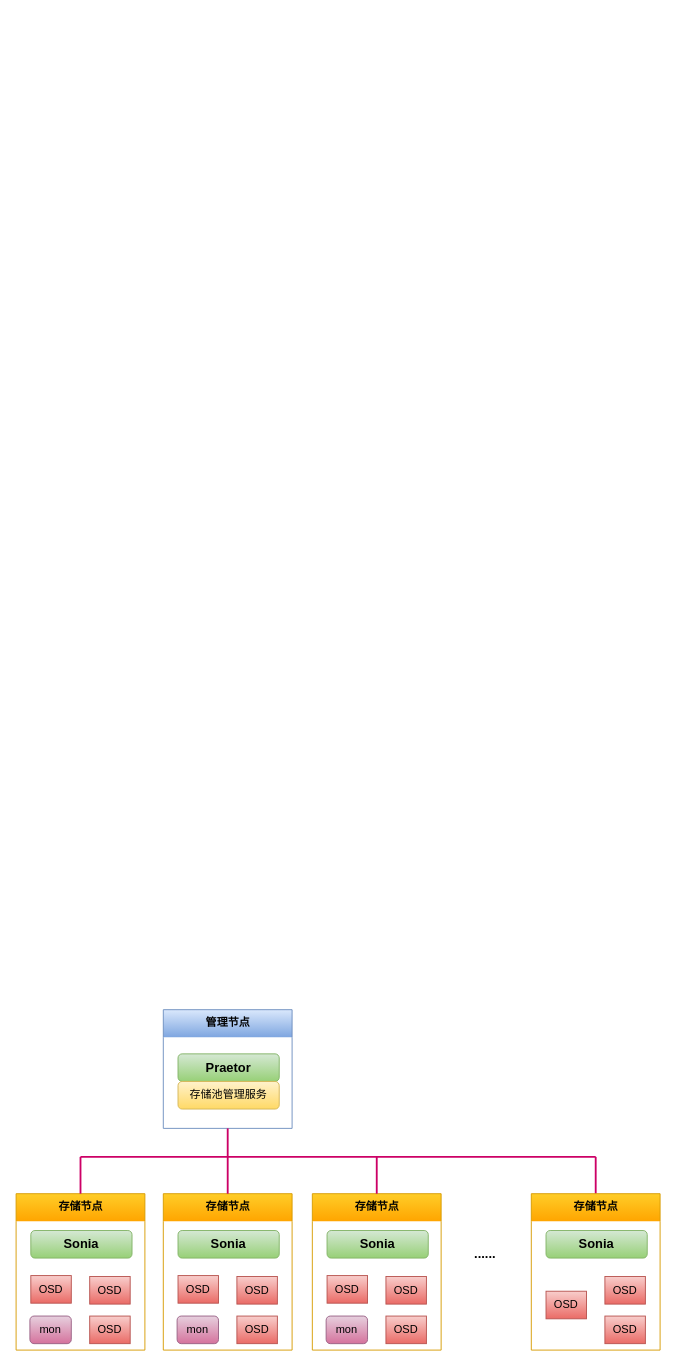
Above: architech_12.drawio in snowolfhawk/ceph-scripts (draw.io), before the change. Source tidied: cells renumbered, new cells numbered last; positions are measured from the earlier drawing's top-left corner, leaving out a move shared by most shapes. Both pictures are drawn from the tidied source at 92%, with x=0, y=0 at pixel (16, 1009).
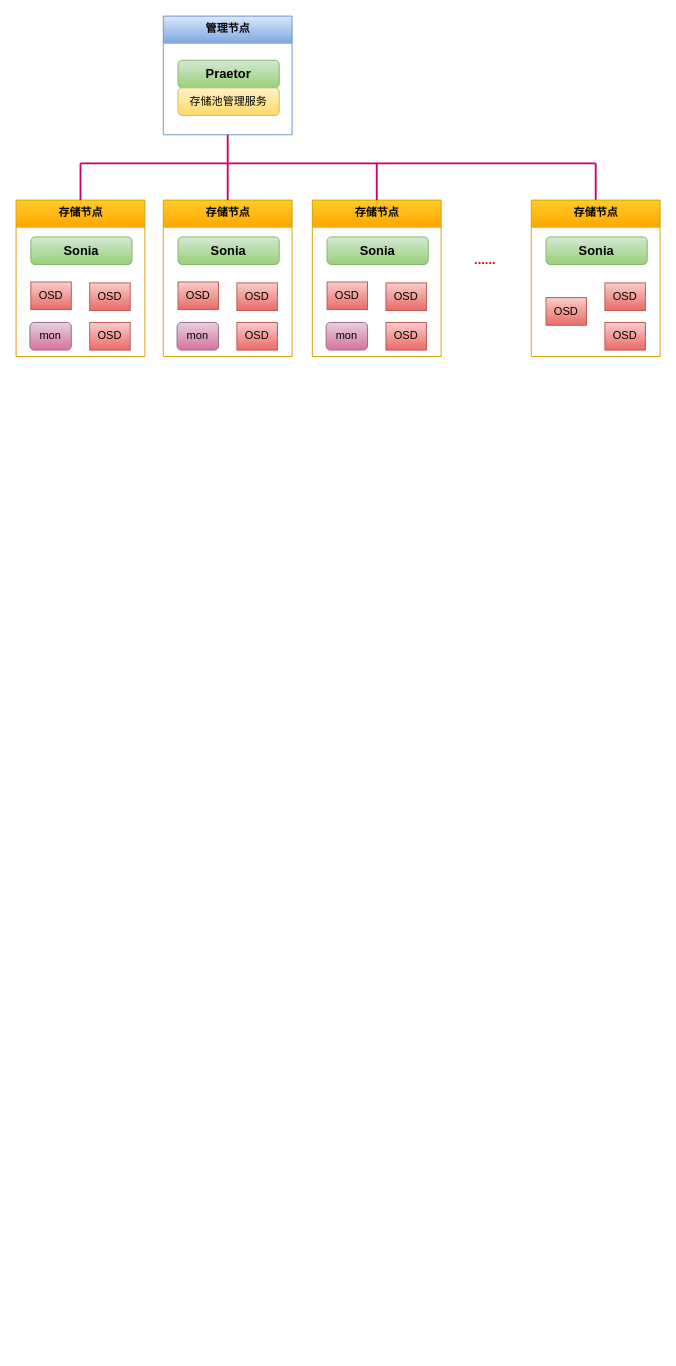
The same diagram, later.

The edit, as a diff of the source:
```diff
@@
-    <mxCell id="2" style="group;" parent="1" vertex="1">
-      <mxGeometry width="700" height="370" as="geometry" />
-    </mxCell>
+    <mxCell id="35" style="group;" parent="1" vertex="1">
+      <mxGeometry y="-1080" width="700" height="370" as="geometry" />
+    </mxCell>
-    <mxCell id="3" value="管理节点" style="swimlane;fontStyle=1;align=center;verticalAlign=top;horizontal=1;startSize=30;html=1;rounded=0;arcSize=50;fillColor=#dae8fc;strokeColor=#6c8ebf;gradientColor=#7ea6e0;shadow=0;sketch=0;glass=0;swimlaneLine=0;" parent="2" vertex="1">
+    <mxCell id="3" value="管理节点" style="swimlane;fontStyle=1;align=center;verticalAlign=top;horizontal=1;startSize=30;html=1;rounded=0;arcSize=50;fillColor=#dae8fc;strokeColor=#6c8ebf;gradientColor=#7ea6e0;shadow=0;sketch=0;glass=0;swimlaneLine=0;" parent="35" vertex="1">
       <mxGeometry x="160" width="140" height="129" as="geometry" />
     </mxCell>
-    <mxCell id="4" value="&lt;b style=&quot;font-size: 14px&quot;&gt;Praetor&lt;/b&gt;" style="rounded=1;whiteSpace=wrap;html=1;fillColor=#d5e8d4;gradientColor=#97d077;strokeColor=#82b366;" parent="2" vertex="1">
+    <mxCell id="4" value="&lt;b style=&quot;font-size: 14px&quot;&gt;Praetor&lt;/b&gt;" style="rounded=1;whiteSpace=wrap;html=1;fillColor=#d5e8d4;gradientColor=#97d077;strokeColor=#82b366;" parent="35" vertex="1">
       <mxGeometry x="176" y="48" width="110" height="30" as="geometry" />
     </mxCell>
-    <mxCell id="5" value="存储池管理服务" style="rounded=1;whiteSpace=wrap;html=1;fillColor=#fff2cc;gradientColor=#ffd966;strokeColor=#d6b656;" parent="2" vertex="1">
+    <mxCell id="5" value="存储池管理服务" style="rounded=1;whiteSpace=wrap;html=1;fillColor=#fff2cc;gradientColor=#ffd966;strokeColor=#d6b656;" parent="35" vertex="1">
       <mxGeometry x="176" y="78" width="110" height="30" as="geometry" />
     </mxCell>
-    <mxCell id="6" value="存储节点" style="swimlane;fontStyle=1;align=center;verticalAlign=top;horizontal=1;startSize=30;html=1;rounded=0;arcSize=50;fillColor=#ffcd28;strokeColor=#d79b00;gradientColor=#ffa500;shadow=0;sketch=0;glass=0;swimlaneLine=0;" parent="2" vertex="1">
+    <mxCell id="6" value="存储节点" style="swimlane;fontStyle=1;align=center;verticalAlign=top;horizontal=1;startSize=30;html=1;rounded=0;arcSize=50;fillColor=#ffcd28;strokeColor=#d79b00;gradientColor=#ffa500;shadow=0;sketch=0;glass=0;swimlaneLine=0;" parent="35" vertex="1">
       <mxGeometry y="200" width="140" height="170" as="geometry" />
     </mxCell>
-    <mxCell id="7" value="&lt;b style=&quot;font-size: 14px&quot;&gt;Sonia&lt;/b&gt;" style="rounded=1;whiteSpace=wrap;html=1;fillColor=#d5e8d4;gradientColor=#97d077;strokeColor=#82b366;" parent="2" vertex="1">
+    <mxCell id="7" value="&lt;b style=&quot;font-size: 14px&quot;&gt;Sonia&lt;/b&gt;" style="rounded=1;whiteSpace=wrap;html=1;fillColor=#d5e8d4;gradientColor=#97d077;strokeColor=#82b366;" parent="35" vertex="1">
       <mxGeometry x="16" y="240" width="110" height="30" as="geometry" />
     </mxCell>
-    <mxCell id="8" value="OSD" style="rounded=1;whiteSpace=wrap;html=1;fillColor=#f8cecc;gradientColor=#ea6b66;strokeColor=#b85450;arcSize=0;" parent="2" vertex="1">
+    <mxCell id="8" value="OSD" style="rounded=1;whiteSpace=wrap;html=1;fillColor=#f8cecc;gradientColor=#ea6b66;strokeColor=#b85450;arcSize=0;" parent="35" vertex="1">
       <mxGeometry x="16" y="289" width="44" height="30" as="geometry" />
     </mxCell>
-    <mxCell id="9" value="mon" style="rounded=1;whiteSpace=wrap;html=1;fillColor=#e6d0de;gradientColor=#d5739d;strokeColor=#996185;" parent="2" vertex="1">
+    <mxCell id="9" value="mon" style="rounded=1;whiteSpace=wrap;html=1;fillColor=#e6d0de;gradientColor=#d5739d;strokeColor=#996185;" parent="35" vertex="1">
       <mxGeometry x="15" y="333" width="45" height="30" as="geometry" />
     </mxCell>
-    <mxCell id="10" value="OSD" style="rounded=1;whiteSpace=wrap;html=1;fillColor=#f8cecc;gradientColor=#ea6b66;strokeColor=#b85450;arcSize=0;" parent="2" vertex="1">
+    <mxCell id="10" value="OSD" style="rounded=1;whiteSpace=wrap;html=1;fillColor=#f8cecc;gradientColor=#ea6b66;strokeColor=#b85450;arcSize=0;" parent="35" vertex="1">
       <mxGeometry x="80" y="290" width="44" height="30" as="geometry" />
     </mxCell>
-    <mxCell id="11" value="OSD" style="rounded=1;whiteSpace=wrap;html=1;fillColor=#f8cecc;gradientColor=#ea6b66;strokeColor=#b85450;arcSize=0;" parent="2" vertex="1">
+    <mxCell id="11" value="OSD" style="rounded=1;whiteSpace=wrap;html=1;fillColor=#f8cecc;gradientColor=#ea6b66;strokeColor=#b85450;arcSize=0;" parent="35" vertex="1">
       <mxGeometry x="80" y="333" width="44" height="30" as="geometry" />
     </mxCell>
-    <mxCell id="12" value="存储节点" style="swimlane;fontStyle=1;align=center;verticalAlign=top;horizontal=1;startSize=30;html=1;rounded=0;arcSize=50;fillColor=#ffcd28;strokeColor=#d79b00;gradientColor=#ffa500;shadow=0;sketch=0;glass=0;swimlaneLine=0;" parent="2" vertex="1">
+    <mxCell id="12" value="存储节点" style="swimlane;fontStyle=1;align=center;verticalAlign=top;horizontal=1;startSize=30;html=1;rounded=0;arcSize=50;fillColor=#ffcd28;strokeColor=#d79b00;gradientColor=#ffa500;shadow=0;sketch=0;glass=0;swimlaneLine=0;" parent="35" vertex="1">
       <mxGeometry x="160" y="200" width="140" height="170" as="geometry" />
     </mxCell>
-    <mxCell id="13" value="&lt;b style=&quot;font-size: 14px&quot;&gt;Sonia&lt;/b&gt;" style="rounded=1;whiteSpace=wrap;html=1;fillColor=#d5e8d4;gradientColor=#97d077;strokeColor=#82b366;" parent="2" vertex="1">
+    <mxCell id="13" value="&lt;b style=&quot;font-size: 14px&quot;&gt;Sonia&lt;/b&gt;" style="rounded=1;whiteSpace=wrap;html=1;fillColor=#d5e8d4;gradientColor=#97d077;strokeColor=#82b366;" parent="35" vertex="1">
       <mxGeometry x="176" y="240" width="110" height="30" as="geometry" />
     </mxCell>
-    <mxCell id="14" value="OSD" style="rounded=1;whiteSpace=wrap;html=1;fillColor=#f8cecc;gradientColor=#ea6b66;strokeColor=#b85450;arcSize=0;" parent="2" vertex="1">
+    <mxCell id="14" value="OSD" style="rounded=1;whiteSpace=wrap;html=1;fillColor=#f8cecc;gradientColor=#ea6b66;strokeColor=#b85450;arcSize=0;" parent="35" vertex="1">
       <mxGeometry x="176" y="289" width="44" height="30" as="geometry" />
     </mxCell>
-    <mxCell id="15" value="mon" style="rounded=1;whiteSpace=wrap;html=1;fillColor=#e6d0de;gradientColor=#d5739d;strokeColor=#996185;" parent="2" vertex="1">
+    <mxCell id="15" value="mon" style="rounded=1;whiteSpace=wrap;html=1;fillColor=#e6d0de;gradientColor=#d5739d;strokeColor=#996185;" parent="35" vertex="1">
       <mxGeometry x="175" y="333" width="45" height="30" as="geometry" />
     </mxCell>
-    <mxCell id="16" value="OSD" style="rounded=1;whiteSpace=wrap;html=1;fillColor=#f8cecc;gradientColor=#ea6b66;strokeColor=#b85450;arcSize=0;" parent="2" vertex="1">
+    <mxCell id="16" value="OSD" style="rounded=1;whiteSpace=wrap;html=1;fillColor=#f8cecc;gradientColor=#ea6b66;strokeColor=#b85450;arcSize=0;" parent="35" vertex="1">
       <mxGeometry x="240" y="290" width="44" height="30" as="geometry" />
     </mxCell>
-    <mxCell id="17" value="OSD" style="rounded=1;whiteSpace=wrap;html=1;fillColor=#f8cecc;gradientColor=#ea6b66;strokeColor=#b85450;arcSize=0;" parent="2" vertex="1">
+    <mxCell id="17" value="OSD" style="rounded=1;whiteSpace=wrap;html=1;fillColor=#f8cecc;gradientColor=#ea6b66;strokeColor=#b85450;arcSize=0;" parent="35" vertex="1">
       <mxGeometry x="240" y="333" width="44" height="30" as="geometry" />
     </mxCell>
-    <mxCell id="18" value="存储节点" style="swimlane;fontStyle=1;align=center;verticalAlign=top;horizontal=1;startSize=30;html=1;rounded=0;arcSize=50;fillColor=#ffcd28;strokeColor=#d79b00;gradientColor=#ffa500;shadow=0;sketch=0;glass=0;swimlaneLine=0;" parent="2" vertex="1">
+    <mxCell id="18" value="存储节点" style="swimlane;fontStyle=1;align=center;verticalAlign=top;horizontal=1;startSize=30;html=1;rounded=0;arcSize=50;fillColor=#ffcd28;strokeColor=#d79b00;gradientColor=#ffa500;shadow=0;sketch=0;glass=0;swimlaneLine=0;" parent="35" vertex="1">
       <mxGeometry x="322" y="200" width="140" height="170" as="geometry" />
     </mxCell>
-    <mxCell id="19" value="&lt;b style=&quot;font-size: 14px&quot;&gt;Sonia&lt;/b&gt;" style="rounded=1;whiteSpace=wrap;html=1;fillColor=#d5e8d4;gradientColor=#97d077;strokeColor=#82b366;" parent="2" vertex="1">
+    <mxCell id="19" value="&lt;b style=&quot;font-size: 14px&quot;&gt;Sonia&lt;/b&gt;" style="rounded=1;whiteSpace=wrap;html=1;fillColor=#d5e8d4;gradientColor=#97d077;strokeColor=#82b366;" parent="35" vertex="1">
       <mxGeometry x="338" y="240" width="110" height="30" as="geometry" />
     </mxCell>
-    <mxCell id="20" value="OSD" style="rounded=1;whiteSpace=wrap;html=1;fillColor=#f8cecc;gradientColor=#ea6b66;strokeColor=#b85450;arcSize=0;" parent="2" vertex="1">
+    <mxCell id="20" value="OSD" style="rounded=1;whiteSpace=wrap;html=1;fillColor=#f8cecc;gradientColor=#ea6b66;strokeColor=#b85450;arcSize=0;" parent="35" vertex="1">
       <mxGeometry x="338" y="289" width="44" height="30" as="geometry" />
     </mxCell>
-    <mxCell id="21" value="mon" style="rounded=1;whiteSpace=wrap;html=1;fillColor=#e6d0de;gradientColor=#d5739d;strokeColor=#996185;" parent="2" vertex="1">
+    <mxCell id="21" value="mon" style="rounded=1;whiteSpace=wrap;html=1;fillColor=#e6d0de;gradientColor=#d5739d;strokeColor=#996185;" parent="35" vertex="1">
       <mxGeometry x="337" y="333" width="45" height="30" as="geometry" />
     </mxCell>
-    <mxCell id="22" value="OSD" style="rounded=1;whiteSpace=wrap;html=1;fillColor=#f8cecc;gradientColor=#ea6b66;strokeColor=#b85450;arcSize=0;" parent="2" vertex="1">
+    <mxCell id="22" value="OSD" style="rounded=1;whiteSpace=wrap;html=1;fillColor=#f8cecc;gradientColor=#ea6b66;strokeColor=#b85450;arcSize=0;" parent="35" vertex="1">
       <mxGeometry x="402" y="290" width="44" height="30" as="geometry" />
     </mxCell>
-    <mxCell id="23" value="OSD" style="rounded=1;whiteSpace=wrap;html=1;fillColor=#f8cecc;gradientColor=#ea6b66;strokeColor=#b85450;arcSize=0;" parent="2" vertex="1">
+    <mxCell id="23" value="OSD" style="rounded=1;whiteSpace=wrap;html=1;fillColor=#f8cecc;gradientColor=#ea6b66;strokeColor=#b85450;arcSize=0;" parent="35" vertex="1">
       <mxGeometry x="402" y="333" width="44" height="30" as="geometry" />
     </mxCell>
-    <mxCell id="24" style="endArrow=none;html=1;rounded=0;strokeWidth=2;strokeColor=#CC0066;" parent="2" edge="1">
+    <mxCell id="24" style="endArrow=none;html=1;rounded=0;strokeWidth=2;strokeColor=#CC0066;" parent="35" edge="1">
       <mxGeometry relative="1" as="geometry">
         <mxPoint x="70" y="160" as="sourcePoint" />
         <mxPoint x="630" y="160" as="targetPoint" />
       </mxGeometry>
     </mxCell>
-    <mxCell id="25" style="endArrow=none;html=1;rounded=0;strokeWidth=2;exitX=0.5;exitY=0;exitDx=0;exitDy=0;strokeColor=#CC0066;" parent="2" edge="1" source="6">
+    <mxCell id="25" style="endArrow=none;html=1;rounded=0;strokeWidth=2;exitX=0.5;exitY=0;exitDx=0;exitDy=0;strokeColor=#CC0066;" parent="35" edge="1" source="6">
       <mxGeometry relative="1" as="geometry">
         <mxPoint x="70" y="160" as="targetPoint" />
       </mxGeometry>
     </mxCell>
-    <mxCell id="26" style="endArrow=none;html=1;rounded=0;strokeWidth=2;entryX=0.5;entryY=1;entryDx=0;entryDy=0;exitX=0.5;exitY=0;exitDx=0;exitDy=0;strokeColor=#CC0066;" parent="2" edge="1" source="12" target="3">
-      <mxGeometry relative="1" as="geometry" />
+    <mxCell id="26" style="endArrow=none;html=1;rounded=0;strokeWidth=2;exitX=0.5;exitY=0;exitDx=0;exitDy=0;strokeColor=#CC0066;" parent="35" edge="1" source="12">
+      <mxGeometry relative="1" as="geometry">
+        <mxPoint x="230" y="160" as="targetPoint" />
+      </mxGeometry>
     </mxCell>
-    <mxCell id="27" style="endArrow=none;html=1;rounded=0;strokeWidth=2;entryX=0.5;entryY=0;entryDx=0;entryDy=0;strokeColor=#CC0066;" parent="2" edge="1" target="18">
+    <mxCell id="27" style="endArrow=none;html=1;rounded=0;strokeWidth=2;entryX=0.5;entryY=0;entryDx=0;entryDy=0;strokeColor=#CC0066;" parent="35" edge="1" target="18">
       <mxGeometry relative="1" as="geometry">
         <mxPoint x="392" y="160" as="sourcePoint" />
       </mxGeometry>
     </mxCell>
-    <mxCell id="28" value="&lt;font style=&quot;font-size: 14px&quot;&gt;&lt;b&gt;......&lt;/b&gt;&lt;/font&gt;" style="text;html=1;strokeColor=none;fillColor=none;align=center;verticalAlign=middle;whiteSpace=wrap;rounded=0;shadow=0;glass=0;sketch=0;" parent="2" vertex="1">
+    <mxCell id="28" value="&lt;font style=&quot;font-size: 14px&quot; color=&quot;#ff0000&quot;&gt;&lt;b&gt;......&lt;/b&gt;&lt;/font&gt;" style="text;html=1;strokeColor=none;fillColor=none;align=center;verticalAlign=middle;whiteSpace=wrap;rounded=0;shadow=0;glass=0;sketch=0;" parent="35" vertex="1">
       <mxGeometry x="480" y="250" width="60" height="30" as="geometry" />
     </mxCell>
-    <mxCell id="29" style="endArrow=none;html=1;rounded=0;fontSize=14;strokeWidth=2;exitX=0.5;exitY=0;exitDx=0;exitDy=0;strokeColor=#CC0066;" parent="2" edge="1" source="30">
+    <mxCell id="29" style="endArrow=none;html=1;rounded=0;fontSize=14;strokeWidth=2;exitX=0.5;exitY=0;exitDx=0;exitDy=0;strokeColor=#CC0066;" parent="35" edge="1" source="30">
       <mxGeometry relative="1" as="geometry">
         <mxPoint x="630" y="160" as="targetPoint" />
       </mxGeometry>
     </mxCell>
-    <mxCell id="30" value="存储节点" style="swimlane;fontStyle=1;align=center;verticalAlign=top;horizontal=1;startSize=30;html=1;rounded=0;arcSize=50;fillColor=#ffcd28;strokeColor=#d79b00;gradientColor=#ffa500;shadow=0;sketch=0;glass=0;swimlaneLine=0;" parent="2" vertex="1">
+    <mxCell id="30" value="存储节点" style="swimlane;fontStyle=1;align=center;verticalAlign=top;horizontal=1;startSize=30;html=1;rounded=0;arcSize=50;fillColor=#ffcd28;strokeColor=#d79b00;gradientColor=#ffa500;shadow=0;sketch=0;glass=0;swimlaneLine=0;" parent="35" vertex="1">
       <mxGeometry x="560" y="200" width="140" height="170" as="geometry" />
     </mxCell>
-    <mxCell id="31" value="&lt;b style=&quot;font-size: 14px&quot;&gt;Sonia&lt;/b&gt;" style="rounded=1;whiteSpace=wrap;html=1;fillColor=#d5e8d4;gradientColor=#97d077;strokeColor=#82b366;" parent="2" vertex="1">
+    <mxCell id="31" value="&lt;b style=&quot;font-size: 14px&quot;&gt;Sonia&lt;/b&gt;" style="rounded=1;whiteSpace=wrap;html=1;fillColor=#d5e8d4;gradientColor=#97d077;strokeColor=#82b366;" parent="35" vertex="1">
       <mxGeometry x="576" y="240" width="110" height="30" as="geometry" />
     </mxCell>
-    <mxCell id="32" value="OSD" style="rounded=1;whiteSpace=wrap;html=1;fillColor=#f8cecc;gradientColor=#ea6b66;strokeColor=#b85450;arcSize=0;" parent="2" vertex="1">
+    <mxCell id="32" value="OSD" style="rounded=1;whiteSpace=wrap;html=1;fillColor=#f8cecc;gradientColor=#ea6b66;strokeColor=#b85450;arcSize=0;" parent="35" vertex="1">
       <mxGeometry x="576" y="306" width="44" height="30" as="geometry" />
     </mxCell>
-    <mxCell id="33" value="OSD" style="rounded=1;whiteSpace=wrap;html=1;fillColor=#f8cecc;gradientColor=#ea6b66;strokeColor=#b85450;arcSize=0;" parent="2" vertex="1">
+    <mxCell id="33" value="OSD" style="rounded=1;whiteSpace=wrap;html=1;fillColor=#f8cecc;gradientColor=#ea6b66;strokeColor=#b85450;arcSize=0;" parent="35" vertex="1">
       <mxGeometry x="640" y="290" width="44" height="30" as="geometry" />
     </mxCell>
-    <mxCell id="34" value="OSD" style="rounded=1;whiteSpace=wrap;html=1;fillColor=#f8cecc;gradientColor=#ea6b66;strokeColor=#b85450;arcSize=0;" parent="2" vertex="1">
+    <mxCell id="34" value="OSD" style="rounded=1;whiteSpace=wrap;html=1;fillColor=#f8cecc;gradientColor=#ea6b66;strokeColor=#b85450;arcSize=0;" parent="35" vertex="1">
       <mxGeometry x="640" y="333" width="44" height="30" as="geometry" />
     </mxCell>
+    <mxCell id="36" style="endArrow=none;html=1;rounded=0;strokeColor=#CC0066;entryX=0.5;entryY=1;entryDx=0;entryDy=0;strokeWidth=2;" parent="35" edge="1" target="3">
+      <mxGeometry relative="1" as="geometry">
+        <mxPoint x="230" y="160" as="sourcePoint" />
+      </mxGeometry>
+    </mxCell>
```
